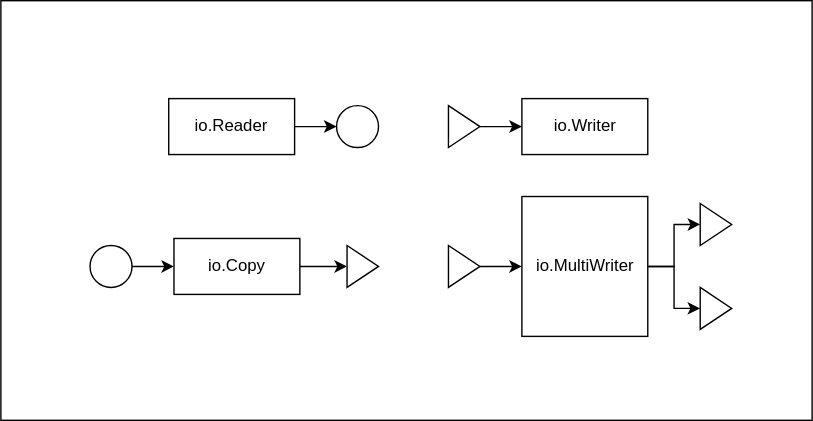
The draw.io diagram img/connector.drawio.svg in yamagame/go-basic-example, before a commit. Source tidied: cells renumbered, new cells last; positions are measured from the earlier drawing's top-left corner, leaving out a move shared by most shapes.
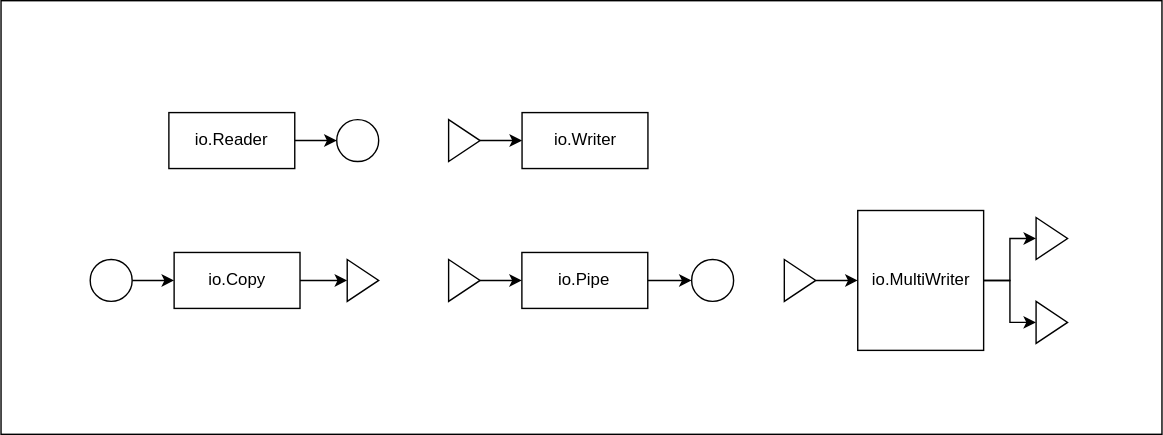
After the commit.

Commit message:
Pipeモデル追加

What changed in the source:
```diff
@@ -3,7 +3,7 @@
     <mxCell id="0" />
     <mxCell id="1" parent="0" />
     <mxCell id="2" style="rounded=0;whiteSpace=wrap;html=1;" parent="1" vertex="1">
-      <mxGeometry width="580" height="300" as="geometry" />
+      <mxGeometry y="-10" width="830" height="310" as="geometry" />
     </mxCell>
     <mxCell id="3" style="edgeStyle=none;html=1;entryX=0;entryY=0.5;entryDx=0;entryDy=0;" parent="1" edge="1" source="4" target="5">
       <mxGeometry relative="1" as="geometry" />
@@ -45,19 +45,34 @@
       <mxGeometry relative="1" as="geometry" />
     </mxCell>
     <mxCell id="16" value="io.MultiWriter" style="rounded=0;whiteSpace=wrap;html=1;" parent="1" vertex="1">
-      <mxGeometry x="372.5" y="140" width="90" height="100" as="geometry" />
+      <mxGeometry x="612.5" y="140" width="90" height="100" as="geometry" />
     </mxCell>
     <mxCell id="17" style="edgeStyle=none;html=1;" parent="1" edge="1" source="18" target="16">
       <mxGeometry relative="1" as="geometry" />
     </mxCell>
     <mxCell id="18" style="triangle;whiteSpace=wrap;html=1;" parent="1" vertex="1">
-      <mxGeometry x="320" y="175" width="22.5" height="30" as="geometry" />
+      <mxGeometry x="560" y="175" width="22.5" height="30" as="geometry" />
     </mxCell>
     <mxCell id="19" style="triangle;whiteSpace=wrap;html=1;" parent="1" vertex="1">
-      <mxGeometry x="500" y="145" width="22.5" height="30" as="geometry" />
+      <mxGeometry x="740" y="145" width="22.5" height="30" as="geometry" />
     </mxCell>
     <mxCell id="20" style="triangle;whiteSpace=wrap;html=1;" parent="1" vertex="1">
-      <mxGeometry x="500" y="205" width="22.5" height="30" as="geometry" />
+      <mxGeometry x="740" y="205" width="22.5" height="30" as="geometry" />
     </mxCell>
+    <mxCell id="21" style="edgeStyle=none;html=1;entryX=0;entryY=0.5;entryDx=0;entryDy=0;" parent="1" edge="1" source="22" target="23">
+      <mxGeometry relative="1" as="geometry" />
+    </mxCell>
+    <mxCell id="22" value="io.Pipe" style="rounded=0;whiteSpace=wrap;html=1;" parent="1" vertex="1">
+      <mxGeometry x="372.4" y="170" width="90" height="40" as="geometry" />
+    </mxCell>
+    <mxCell id="23" style="ellipse;whiteSpace=wrap;html=1;" parent="1" vertex="1">
+      <mxGeometry x="493.8" y="175" width="30" height="30" as="geometry" />
+    </mxCell>
+    <mxCell id="24" style="edgeStyle=none;html=1;" parent="1" edge="1" source="25" target="22">
+      <mxGeometry relative="1" as="geometry" />
+    </mxCell>
+    <mxCell id="25" style="triangle;whiteSpace=wrap;html=1;" parent="1" vertex="1">
+      <mxGeometry x="320" y="175" width="22.5" height="30" as="geometry" />
+    </mxCell>
   </root>
 </mxGraphModel>
```
